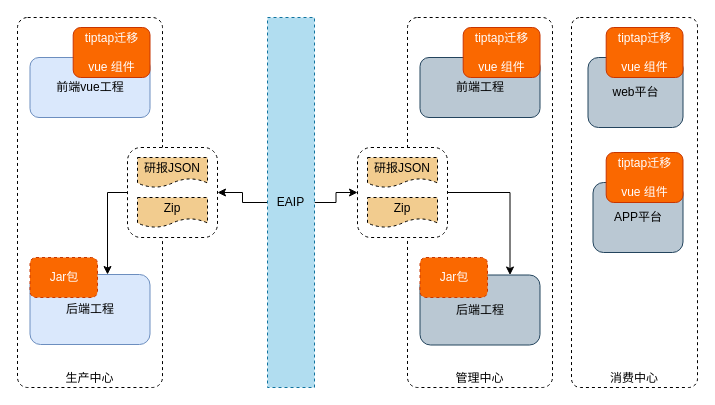
lance631/notes keeps this draw.io diagram as tiptapRendering-ALL.drawio. Above is the earlier version. Source tidied: cells renumbered, new cells numbered last; positions are measured from the earlier drawing's top-left corner, leaving out a move shared by most shapes. Both pictures are drawn from the tidied source at 100%, with x=0, y=0 at pixel (17, 17).
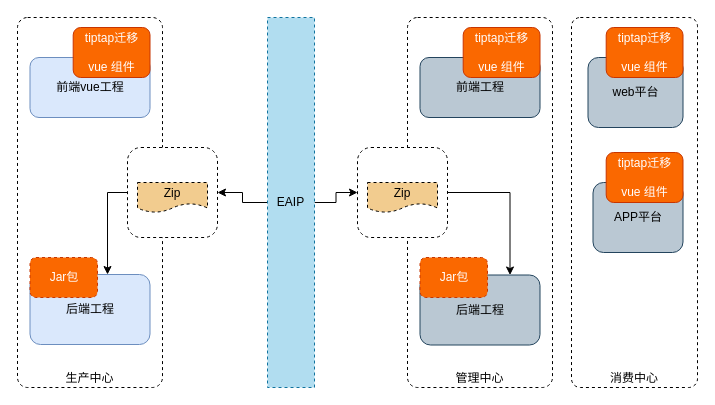
The same diagram, later.

Change to the diagram source:
```diff
@@
-    <mxCell id="24" value="研报JSON" style="shape=document;whiteSpace=wrap;html=1;boundedLbl=1;dashed=1;sketch=0;fontColor=#000000;fillColor=#F2CC8F;gradientColor=none;" parent="1" vertex="1">
-      <mxGeometry x="120" y="140" width="70" height="30" as="geometry" />
-    </mxCell>
     <mxCell id="25" value="Zip" style="shape=document;whiteSpace=wrap;html=1;boundedLbl=1;dashed=1;sketch=0;fontColor=#000000;fillColor=#F2CC8F;gradientColor=none;" parent="1" vertex="1">
-      <mxGeometry x="120" y="180" width="70" height="30" as="geometry" />
+      <mxGeometry x="120" y="165" width="70" height="30" as="geometry" />
     </mxCell>
-    <mxCell id="26" value="研报JSON" style="shape=document;whiteSpace=wrap;html=1;boundedLbl=1;dashed=1;sketch=0;fontColor=#000000;fillColor=#F2CC8F;gradientColor=none;" parent="1" vertex="1">
-      <mxGeometry x="350" y="140" width="70" height="30" as="geometry" />
-    </mxCell>
     <mxCell id="27" value="Zip" style="shape=document;whiteSpace=wrap;html=1;boundedLbl=1;dashed=1;sketch=0;fontColor=#000000;fillColor=#F2CC8F;gradientColor=none;" parent="1" vertex="1">
-      <mxGeometry x="350" y="180" width="70" height="30" as="geometry" />
+      <mxGeometry x="350" y="165" width="70" height="30" as="geometry" />
     </mxCell>
```
